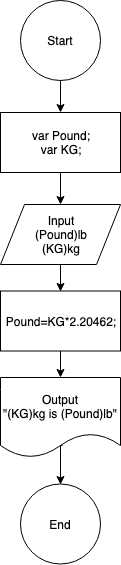
Earlier version of the draw.io export KG to Pound.png (OguraSatoshi7/FlowChart). Source tidied: cells renumbered, new cells last; positions are measured from the earlier drawing's top-left corner, leaving out a move shared by most shapes. Source of this version:
```xml
<mxGraphModel>
  <root>
    <mxCell id="0" />
    <mxCell id="1" parent="0" />
    <mxCell id="2" style="edgeStyle=orthogonalEdgeStyle;rounded=0;jettySize=auto;html=1;entryX=0.5;entryY=0;entryDx=0;entryDy=0;" parent="1" edge="1" source="3" target="5">
      <mxGeometry relative="1" as="geometry" />
    </mxCell>
    <mxCell id="3" value="Start" style="ellipse;whiteSpace=wrap;html=1;" parent="1" vertex="1">
      <mxGeometry x="20" width="80" height="80" as="geometry" />
    </mxCell>
    <mxCell id="4" style="edgeStyle=orthogonalEdgeStyle;rounded=0;jettySize=auto;html=1;entryX=0.5;entryY=0;entryDx=0;entryDy=0;" parent="1" edge="1" source="5" target="7">
      <mxGeometry relative="1" as="geometry" />
    </mxCell>
    <mxCell id="5" value="var Pound;&lt;br&gt;var KG;" style="rounded=0;whiteSpace=wrap;html=1;" parent="1" vertex="1">
      <mxGeometry y="112" width="120" height="60" as="geometry" />
    </mxCell>
    <mxCell id="6" style="edgeStyle=orthogonalEdgeStyle;rounded=0;jettySize=auto;html=1;entryX=0.5;entryY=0;entryDx=0;entryDy=0;" parent="1" edge="1" source="7" target="9">
      <mxGeometry relative="1" as="geometry" />
    </mxCell>
    <mxCell id="7" value="Input&lt;br&gt;(Pound)lb&lt;br&gt;(KG)kg" style="shape=parallelogram;perimeter=parallelogramPerimeter;whiteSpace=wrap;html=1;" parent="1" vertex="1">
      <mxGeometry y="204" width="120" height="60" as="geometry" />
    </mxCell>
    <mxCell id="8" style="edgeStyle=orthogonalEdgeStyle;rounded=0;jettySize=auto;html=1;entryX=0.5;entryY=0;entryDx=0;entryDy=0;" parent="1" edge="1" source="9" target="11">
      <mxGeometry relative="1" as="geometry" />
    </mxCell>
    <mxCell id="9" value="Pound=KG*2.20462;" style="rounded=0;whiteSpace=wrap;html=1;" parent="1" vertex="1">
      <mxGeometry y="290.5" width="120" height="60" as="geometry" />
    </mxCell>
    <mxCell id="10" style="edgeStyle=orthogonalEdgeStyle;rounded=0;jettySize=auto;html=1;entryX=0.5;entryY=0;entryDx=0;entryDy=0;exitX=0.517;exitY=0.85;exitDx=0;exitDy=0;exitPerimeter=0;" parent="1" edge="1" source="11" target="12">
      <mxGeometry relative="1" as="geometry" />
    </mxCell>
    <mxCell id="11" value="Output&lt;br&gt;&quot;(KG)kg&amp;nbsp;is (Pound)lb&quot;" style="shape=document;whiteSpace=wrap;html=1;boundedLbl=1;" parent="1" vertex="1">
      <mxGeometry y="377" width="120" height="80" as="geometry" />
    </mxCell>
    <mxCell id="12" value="End" style="ellipse;whiteSpace=wrap;html=1;" parent="1" vertex="1">
      <mxGeometry x="20" y="483.5" width="80" height="80" as="geometry" />
    </mxCell>
  </root>
</mxGraphModel>
```
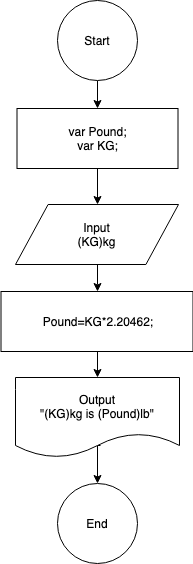
The same file after the commit.

What changed in the source:
```diff
@@ -6,34 +6,34 @@
       <mxGeometry relative="1" as="geometry" />
     </mxCell>
     <mxCell id="3" value="Start" style="ellipse;whiteSpace=wrap;html=1;" parent="1" vertex="1">
-      <mxGeometry x="20" width="80" height="80" as="geometry" />
+      <mxGeometry x="42" width="80" height="80" as="geometry" />
     </mxCell>
     <mxCell id="4" style="edgeStyle=orthogonalEdgeStyle;rounded=0;jettySize=auto;html=1;entryX=0.5;entryY=0;entryDx=0;entryDy=0;" parent="1" edge="1" source="5" target="7">
       <mxGeometry relative="1" as="geometry" />
     </mxCell>
-    <mxCell id="5" value="var Pound;&lt;br&gt;var KG;" style="rounded=0;whiteSpace=wrap;html=1;" parent="1" vertex="1">
-      <mxGeometry y="112" width="120" height="60" as="geometry" />
+    <mxCell id="5" value="var&amp;nbsp;&lt;span&gt;Pound&lt;/span&gt;;&lt;br&gt;var&amp;nbsp;&lt;span&gt;KG&lt;/span&gt;;" style="rounded=0;whiteSpace=wrap;html=1;" parent="1" vertex="1">
+      <mxGeometry x="1.5" y="108" width="161" height="60" as="geometry" />
     </mxCell>
     <mxCell id="6" style="edgeStyle=orthogonalEdgeStyle;rounded=0;jettySize=auto;html=1;entryX=0.5;entryY=0;entryDx=0;entryDy=0;" parent="1" edge="1" source="7" target="9">
       <mxGeometry relative="1" as="geometry" />
     </mxCell>
-    <mxCell id="7" value="Input&lt;br&gt;(Pound)lb&lt;br&gt;(KG)kg" style="shape=parallelogram;perimeter=parallelogramPerimeter;whiteSpace=wrap;html=1;" parent="1" vertex="1">
-      <mxGeometry y="204" width="120" height="60" as="geometry" />
+    <mxCell id="7" value="Input&lt;br&gt;(KG)kg" style="shape=parallelogram;perimeter=parallelogramPerimeter;whiteSpace=wrap;html=1;" parent="1" vertex="1">
+      <mxGeometry y="204" width="163" height="60" as="geometry" />
     </mxCell>
     <mxCell id="8" style="edgeStyle=orthogonalEdgeStyle;rounded=0;jettySize=auto;html=1;entryX=0.5;entryY=0;entryDx=0;entryDy=0;" parent="1" edge="1" source="9" target="11">
       <mxGeometry relative="1" as="geometry" />
     </mxCell>
     <mxCell id="9" value="Pound=KG*2.20462;" style="rounded=0;whiteSpace=wrap;html=1;" parent="1" vertex="1">
-      <mxGeometry y="290.5" width="120" height="60" as="geometry" />
+      <mxGeometry x="-14.5" y="291" width="192" height="60" as="geometry" />
     </mxCell>
     <mxCell id="10" style="edgeStyle=orthogonalEdgeStyle;rounded=0;jettySize=auto;html=1;entryX=0.5;entryY=0;entryDx=0;entryDy=0;exitX=0.517;exitY=0.85;exitDx=0;exitDy=0;exitPerimeter=0;" parent="1" edge="1" source="11" target="12">
       <mxGeometry relative="1" as="geometry" />
     </mxCell>
-    <mxCell id="11" value="Output&lt;br&gt;&quot;(KG)kg&amp;nbsp;is (Pound)lb&quot;" style="shape=document;whiteSpace=wrap;html=1;boundedLbl=1;" parent="1" vertex="1">
-      <mxGeometry y="377" width="120" height="80" as="geometry" />
+    <mxCell id="11" value="Output&lt;br&gt;&quot;(KG)kg is (Pound)lb&quot;" style="shape=document;whiteSpace=wrap;html=1;boundedLbl=1;" parent="1" vertex="1">
+      <mxGeometry y="377" width="164" height="80" as="geometry" />
     </mxCell>
     <mxCell id="12" value="End" style="ellipse;whiteSpace=wrap;html=1;" parent="1" vertex="1">
-      <mxGeometry x="20" y="483.5" width="80" height="80" as="geometry" />
+      <mxGeometry x="42" y="483" width="80" height="80" as="geometry" />
     </mxCell>
   </root>
 </mxGraphModel>
```
